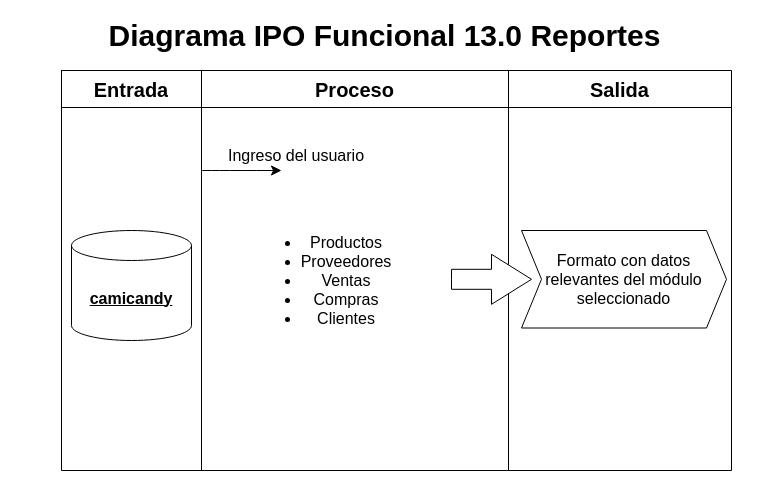
Before: page "13.0 - Reportes" (10 of 10) of Documentos/Diagramas_HIPO/HIPO_Funcionales.drawio in jurdanetac/ingsoftware, a draw.io diagram. Source tidied: cells renumbered, new cells numbered last; positions are measured from the earlier drawing's top-left corner, leaving out a move shared by most shapes. Both pictures are drawn from the tidied source at 100%, with x=0, y=0 at pixel (17, 20).
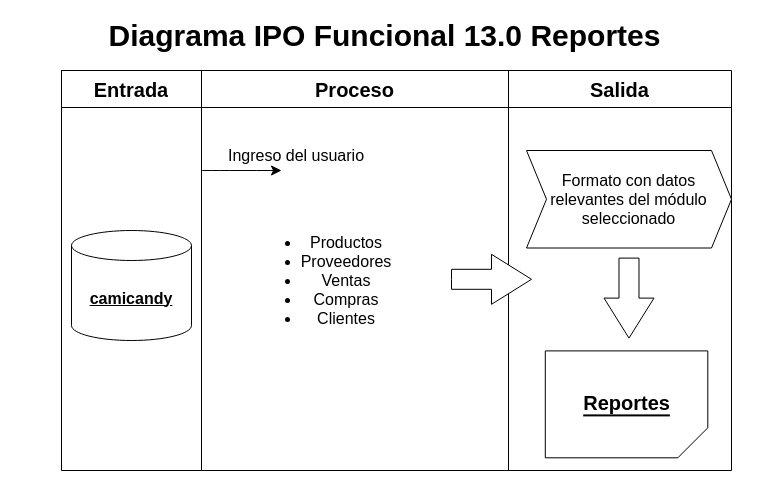
The same diagram, later.

Diff of the diagram source:
```diff
@@
     <mxCell id="15" value="&lt;span style=&quot;font-size: 16px;&quot;&gt;Formato con datos relevantes del módulo seleccionado&lt;/span&gt;" style="shape=step;perimeter=stepPerimeter;whiteSpace=wrap;html=1;fixedSize=1;" parent="1" vertex="1">
-      <mxGeometry x="504" y="210" width="205" height="97.5" as="geometry" />
+      <mxGeometry x="509" y="130" width="205" height="97.5" as="geometry" />
     </mxCell>
@@
+    <mxCell id="18" style="html=1;shadow=0;dashed=0;align=center;verticalAlign=middle;shape=mxgraph.arrows2.arrow;dy=0.6;dx=40;notch=0;rotation=90;" parent="1" vertex="1">
+      <mxGeometry x="571.5" y="252.6" width="80" height="50" as="geometry" />
+    </mxCell>
+    <mxCell id="19" value="&lt;span style=&quot;font-size: 20px;&quot;&gt;&lt;b&gt;&lt;u&gt;Reportes&lt;/u&gt;&lt;/b&gt;&lt;/span&gt;" style="shape=card;whiteSpace=wrap;html=1;rotation=-90;shadow=0;rounded=0;flipV=1;textDirection=vertical-rl;" parent="1" vertex="1">
+      <mxGeometry x="555.6" y="302.6" width="106.9" height="162.5" as="geometry" />
+    </mxCell>
```
